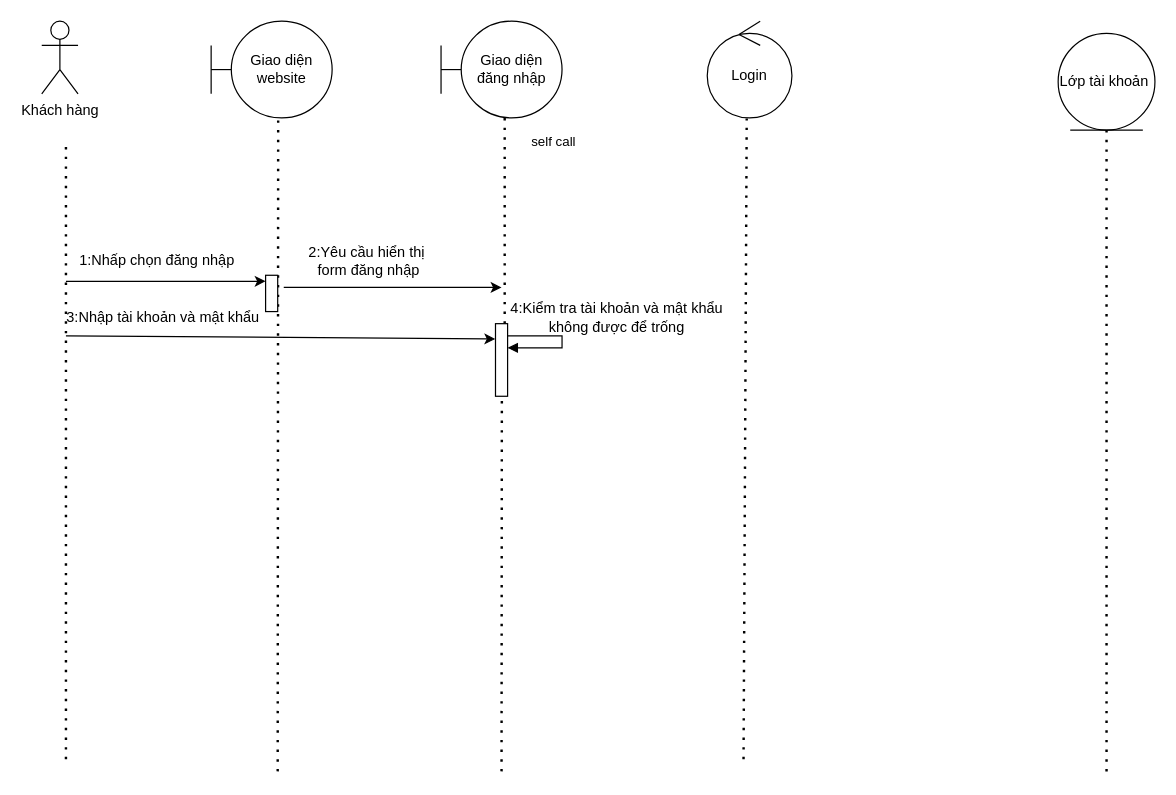
Before: Biểu đồ không có tiêu đề.drawio in Shadowcatz7/MobileShop, a draw.io diagram. Source tidied: cells renumbered, new cells numbered last; positions are measured from the earlier drawing's top-left corner, leaving out a move shared by most shapes. Both pictures are drawn from the tidied source at 121%, with x=0, y=0 at pixel (41, 21).
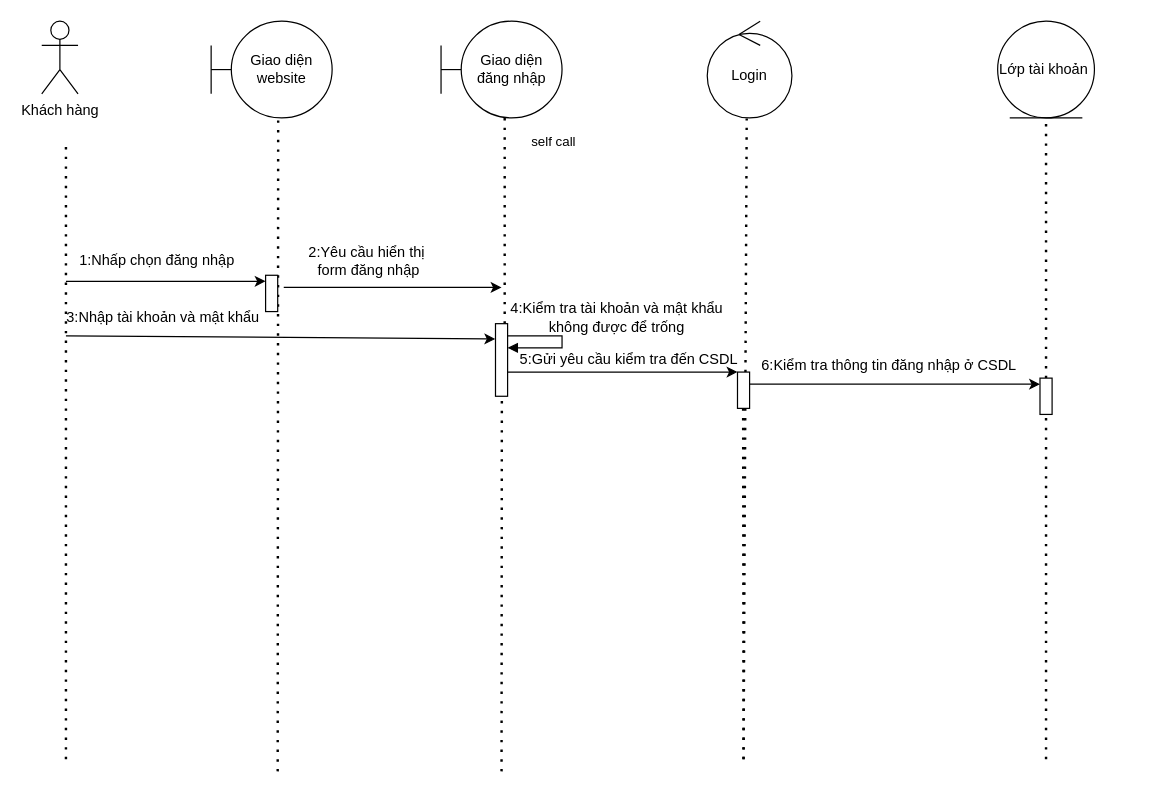
Above is the later version.

Commit message (it also covers changes not shown here):
Cập nhật Biểu đồ không có tiêu đề.drawio

Unchanged cells that the change refers to:
```xml
<mxCell id="19" style="html=1;points=[[0,0,0,0,5],[0,1,0,0,-5],[1,0,0,0,5],[1,1,0,0,-5]];perimeter=orthogonalPerimeter;outlineConnect=0;targetShapes=umlLifeline;portConstraint=eastwest;newEdgeStyle={&quot;curved&quot;:0,&quot;rounded&quot;:0};" parent="1" vertex="1">
  <mxGeometry x="375" y="250" width="10" height="60" as="geometry" />
</mxCell>
```

What changed in the source:
```diff
@@
     <mxCell id="6" value="Lớp tài khoản&amp;nbsp;" style="ellipse;shape=umlEntity;whiteSpace=wrap;html=1;" parent="1" vertex="1">
-      <mxGeometry x="840" y="10" width="80" height="80" as="geometry" />
+      <mxGeometry x="790" width="80" height="80" as="geometry" />
     </mxCell>
@@
-    <mxCell id="11" style="endArrow=none;dashed=1;html=1;dashPattern=1 3;strokeWidth=2;rounded=0;entryX=0.5;entryY=1;entryDx=0;entryDy=0;" parent="1" edge="1" target="6">
-      <mxGeometry relative="1" as="geometry">
-        <mxPoint x="880" y="620" as="sourcePoint" />
-      </mxGeometry>
+    <mxCell id="11" style="endArrow=none;dashed=1;html=1;dashPattern=1 3;strokeWidth=2;rounded=0;entryX=0.5;entryY=1;entryDx=0;entryDy=0;" parent="1" edge="1" source="28" target="6">
+      <mxGeometry relative="1" as="geometry" />
     </mxCell>
@@
+    <mxCell id="23" style="endArrow=none;dashed=1;html=1;dashPattern=1 3;strokeWidth=2;rounded=0;entryX=0.466;entryY=1.005;entryDx=0;entryDy=0;entryPerimeter=0;" parent="1" edge="1" target="24">
+      <mxGeometry relative="1" as="geometry">
+        <mxPoint x="580" y="610" as="sourcePoint" />
+      </mxGeometry>
+    </mxCell>
+    <mxCell id="24" style="html=1;points=[[0,0,0,0,5],[0,1,0,0,-5],[1,0,0,0,5],[1,1,0,0,-5]];perimeter=orthogonalPerimeter;outlineConnect=0;targetShapes=umlLifeline;portConstraint=eastwest;newEdgeStyle={&quot;curved&quot;:0,&quot;rounded&quot;:0};" parent="1" vertex="1">
+      <mxGeometry x="575" y="290" width="10" height="30" as="geometry" />
+    </mxCell>
+    <mxCell id="25" style="endArrow=classic;html=1;rounded=0;" parent="1" edge="1" source="19" target="24">
+      <mxGeometry relative="1" as="geometry" />
+    </mxCell>
+    <mxCell id="26" value="5:Gửi yêu cầu kiểm tra đến CSDL" style="text;html=1;align=center;verticalAlign=middle;strokeColor=none;fillColor=none;" parent="1" vertex="1">
+      <mxGeometry x="385" y="265" width="200" height="30" as="geometry" />
+    </mxCell>
+    <mxCell id="27" style="endArrow=none;dashed=1;html=1;dashPattern=1 3;strokeWidth=2;rounded=0;entryX=0.5;entryY=1;entryDx=0;entryDy=0;" parent="1" edge="1" target="28">
+      <mxGeometry relative="1" as="geometry">
+        <mxPoint x="830" y="610" as="sourcePoint" />
+      </mxGeometry>
+    </mxCell>
+    <mxCell id="28" style="html=1;points=[[0,0,0,0,5],[0,1,0,0,-5],[1,0,0,0,5],[1,1,0,0,-5]];perimeter=orthogonalPerimeter;outlineConnect=0;targetShapes=umlLifeline;portConstraint=eastwest;newEdgeStyle={&quot;curved&quot;:0,&quot;rounded&quot;:0};" parent="1" vertex="1">
+      <mxGeometry x="825" y="295" width="10" height="30" as="geometry" />
+    </mxCell>
+    <mxCell id="29" style="endArrow=classic;html=1;rounded=0;entryX=0;entryY=0;entryDx=0;entryDy=5;entryPerimeter=0;" parent="1" edge="1" source="24" target="28">
+      <mxGeometry relative="1" as="geometry" />
+    </mxCell>
+    <mxCell id="30" value="6:Kiểm tra thông tin đăng nhập ở CSDL" style="text;html=1;align=center;verticalAlign=middle;strokeColor=none;fillColor=none;" parent="1" vertex="1">
+      <mxGeometry x="585" y="270" width="230" height="30" as="geometry" />
+    </mxCell>
```
